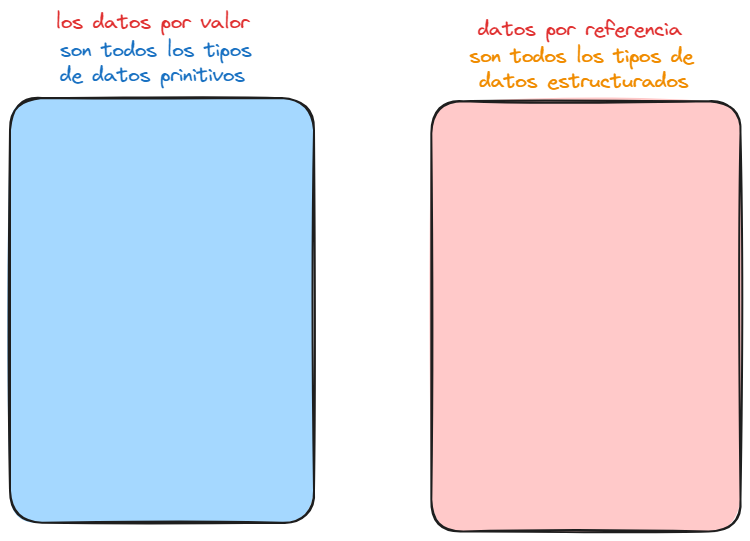
Above: tipos_datos_estructurados/.excalidraw.png in LuzJimenez070321/curso_python (Excalidraw), before the change. Source tidied: one line per element, renumbered; positions are measured from the earlier drawing's top-left corner, leaving out a move shared by most shapes. Source of this version:
```json
{"id": 0, "type": "text", "text": "son todos los tipos \nde datos prinitivos\n", "strokeColor": "#1971c2", "strokeWidth": 2, "roughness": 1, "fontSize": 20, "fontFamily": 1, "x": 50, "y": 28, "width": 202, "height": 75}
{"id": 1, "type": "text", "text": "los datos por valor ", "strokeColor": "#e03131", "strokeWidth": 2, "roughness": 1, "fontSize": 20, "fontFamily": 1, "x": 46, "y": 0, "width": 203, "height": 25}
{"id": 2, "type": "text", "text": "son todos los tipos de\n datos estructurados", "strokeColor": "#f08c00", "strokeWidth": 2, "roughness": 1, "fontSize": 20, "fontFamily": 1, "x": 459, "y": 34, "width": 224, "height": 50}
{"id": 3, "type": "text", "text": "datos por referencia ", "strokeColor": "#e03131", "strokeWidth": 2, "roughness": 1, "fontSize": 20, "fontFamily": 1, "x": 468, "y": 7, "width": 214, "height": 25}
{"id": 4, "type": "rectangle", "strokeColor": "#1e1e1e", "backgroundColor": "#a5d8ff", "fillStyle": "solid", "strokeWidth": 2, "roughness": 1, "round": true, "x": 0, "y": 88, "width": 304, "height": 425}
{"id": 5, "type": "rectangle", "strokeColor": "#1e1e1e", "backgroundColor": "#ffc9c9", "fillStyle": "solid", "strokeWidth": 2, "roughness": 1, "round": true, "x": 421, "y": 91, "width": 309, "height": 430}
```
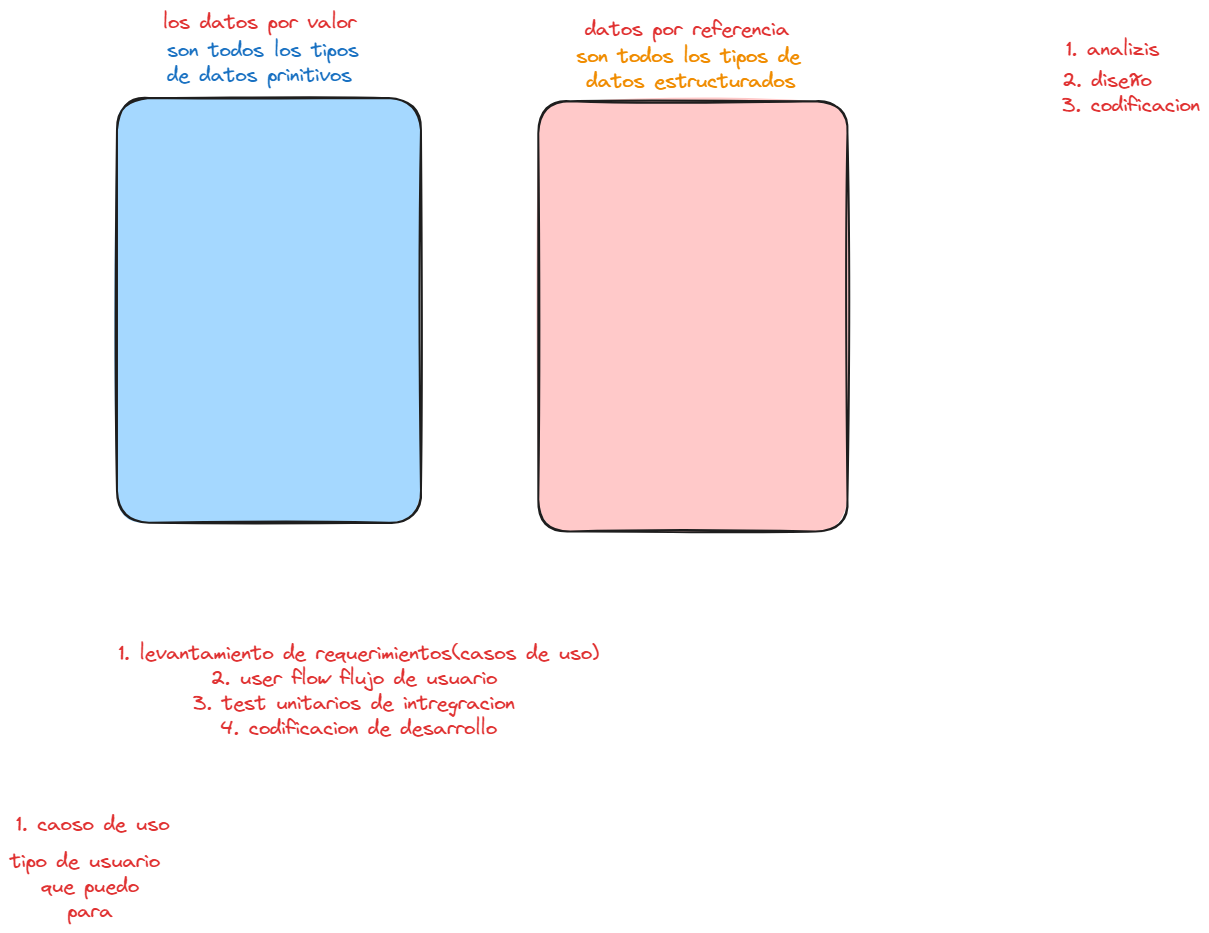
The same diagram one commit later.

What changed in the source:
```diff
@@ -4,3 +4,8 @@
 {"id": 3, "type": "text", "text": "datos por referencia ", "strokeColor": "#e03131", "strokeWidth": 2, "roughness": 1, "fontSize": 20, "fontFamily": 1, "x": 468, "y": 7, "width": 214, "height": 25}
 {"id": 4, "type": "rectangle", "strokeColor": "#1e1e1e", "backgroundColor": "#a5d8ff", "fillStyle": "solid", "strokeWidth": 2, "roughness": 1, "round": true, "x": 0, "y": 88, "width": 304, "height": 425}
 {"id": 5, "type": "rectangle", "strokeColor": "#1e1e1e", "backgroundColor": "#ffc9c9", "fillStyle": "solid", "strokeWidth": 2, "roughness": 1, "round": true, "x": 421, "y": 91, "width": 309, "height": 430}
+{"id": 6, "type": "text", "text": "1. levantamiento de requerimientos(casos de uso)\n2. user flow flujo de usuario \n3. test unitarios de intregracion \n4. codificacion de desarrollo", "strokeColor": "#e03131", "strokeWidth": 2, "roughness": 1, "fontSize": 20, "fontFamily": 1, "textAlign": "center", "x": 2, "y": 631, "width": 480, "height": 100}
+{"id": 7, "type": "text", "text": "1. caoso de uso", "strokeColor": "#e03131", "strokeWidth": 2, "roughness": 1, "fontSize": 20, "fontFamily": 1, "textAlign": "center", "x": -101, "y": 802, "width": 153, "height": 25}
+{"id": 8, "type": "text", "text": "tipo de usuario \nque puedo\npara", "strokeColor": "#e03131", "strokeWidth": 2, "roughness": 1, "fontSize": 20, "fontFamily": 1, "textAlign": "center", "x": -107, "y": 839, "width": 160, "height": 75}
+{"id": 9, "type": "text", "text": "1. analizis\n", "strokeColor": "#e03131", "strokeWidth": 2, "roughness": 1, "fontSize": 20, "fontFamily": 1, "textAlign": "center", "x": 949, "y": 27, "width": 93, "height": 50}
+{"id": 10, "type": "text", "text": "2. diseño\n3. codificacion", "strokeColor": "#e03131", "strokeWidth": 2, "roughness": 1, "fontSize": 20, "fontFamily": 1, "x": 945, "y": 58, "width": 138, "height": 50}
```
